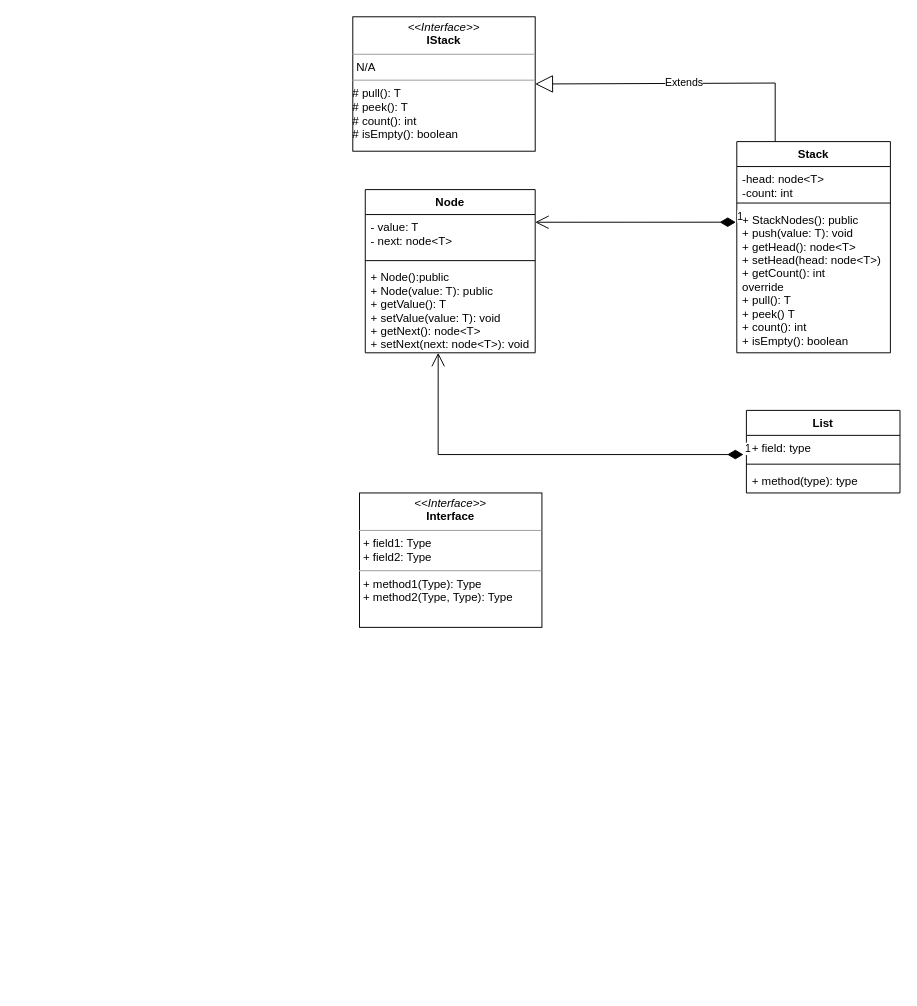
DiggsPapu/HDT4 keeps this draw.io diagram as uml/HDT4ClassesDiagram.drawio. Above is the earlier version. Source tidied: cells renumbered, new cells numbered last; positions are measured from the earlier drawing's top-left corner, leaving out a move shared by most shapes. Both pictures are drawn from the tidied source at 96%, with x=0, y=0 at pixel (352, 16).
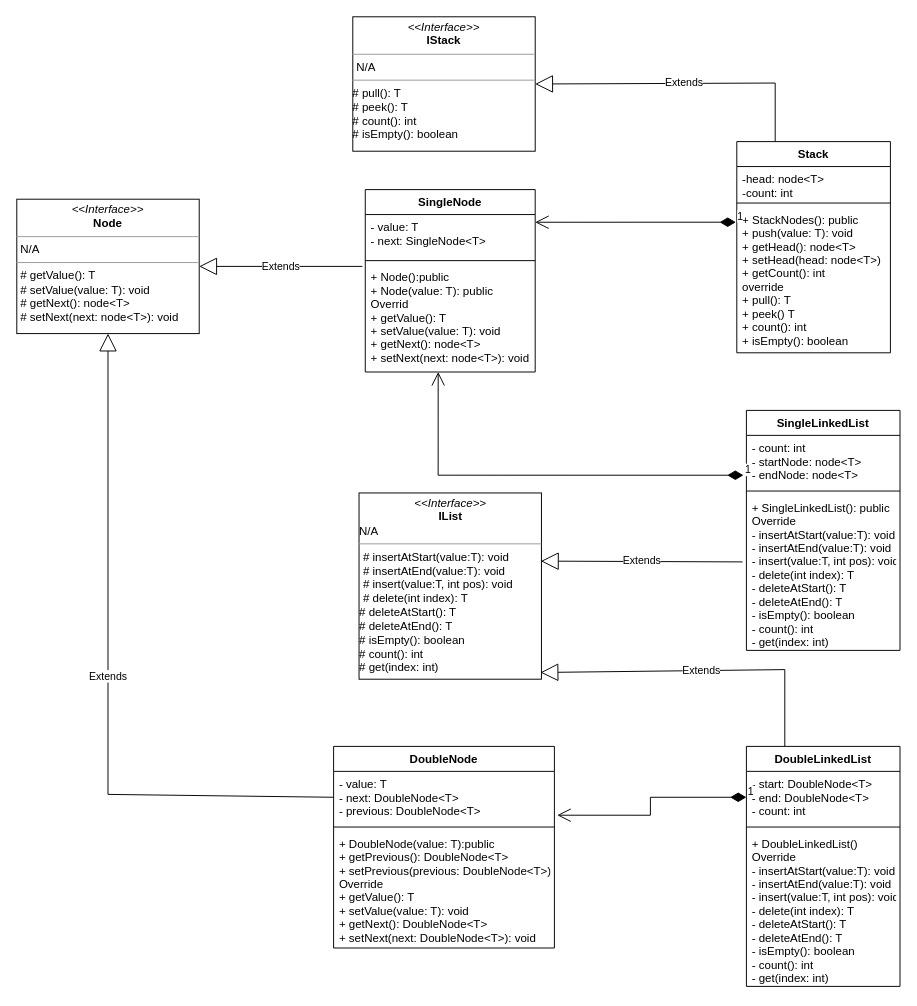
Above is the later version.

What changed in the source:
```diff
@@
-    <mxCell id="7" value="Node" style="swimlane;fontStyle=1;align=center;verticalAlign=top;horizontal=1;startSize=26;" parent="1" vertex="1">
-      <mxGeometry x="13" y="180" width="177" height="170" as="geometry" />
+    <mxCell id="7" value="SingleNode" style="swimlane;fontStyle=1;align=center;verticalAlign=top;horizontal=1;startSize=26;" parent="1" vertex="1">
+      <mxGeometry x="13" y="180" width="177" height="190" as="geometry" />
     </mxCell>
-    <mxCell id="8" value="- value: T&#10;- next: node&lt;T&gt;" style="text;strokeColor=none;fillColor=none;align=left;verticalAlign=top;spacingLeft=4;spacingRight=4;overflow=hidden;points=[[0,0.5],[1,0.5]];portConstraint=eastwest;" parent="7" vertex="1">
+    <mxCell id="8" value="- value: T&#10;- next: SingleNode&lt;T&gt;" style="text;strokeColor=none;fillColor=none;align=left;verticalAlign=top;spacingLeft=4;spacingRight=4;overflow=hidden;points=[[0,0.5],[1,0.5]];portConstraint=eastwest;" parent="7" vertex="1">
       <mxGeometry y="26" width="177" height="44" as="geometry" />
     </mxCell>
@@
-    <mxCell id="10" value="+ Node():public&#10;+ Node(value: T): public&#10;+ getValue(): T&#10;+ setValue(value: T): void&#10;+ getNext(): node&lt;T&gt;&#10;+ setNext(next: node&lt;T&gt;): void" style="text;strokeColor=none;fillColor=none;align=left;verticalAlign=top;spacingLeft=4;spacingRight=4;overflow=hidden;points=[[0,0.5],[1,0.5]];portConstraint=eastwest;" parent="7" vertex="1">
-      <mxGeometry y="78" width="177" height="92" as="geometry" />
+    <mxCell id="10" value="+ Node():public&#10;+ Node(value: T): public&#10;Overrid&#10;+ getValue(): T&#10;+ setValue(value: T): void&#10;+ getNext(): node&lt;T&gt;&#10;+ setNext(next: node&lt;T&gt;): void" style="text;strokeColor=none;fillColor=none;align=left;verticalAlign=top;spacingLeft=4;spacingRight=4;overflow=hidden;points=[[0,0.5],[1,0.5]];portConstraint=eastwest;" parent="7" vertex="1">
+      <mxGeometry y="78" width="177" height="112" as="geometry" />
     </mxCell>
-    <mxCell id="11" value="List" style="swimlane;fontStyle=1;align=center;verticalAlign=top;horizontal=1;startSize=26;" parent="1" vertex="1">
-      <mxGeometry x="410" y="410" width="160" height="86" as="geometry" />
+    <mxCell id="11" value="SingleLinkedList" style="swimlane;fontStyle=1;align=center;verticalAlign=top;horizontal=1;startSize=26;" parent="1" vertex="1">
+      <mxGeometry x="410" y="410" width="160" height="250" as="geometry" />
     </mxCell>
-    <mxCell id="12" value="+ field: type" style="text;strokeColor=none;fillColor=none;align=left;verticalAlign=top;spacingLeft=4;spacingRight=4;overflow=hidden;points=[[0,0.5],[1,0.5]];portConstraint=eastwest;" parent="11" vertex="1">
-      <mxGeometry y="26" width="160" height="26" as="geometry" />
+    <mxCell id="12" value="- count: int&#10;- startNode: node&lt;T&gt;&#10;- endNode: node&lt;T&gt;" style="text;strokeColor=none;fillColor=none;align=left;verticalAlign=top;spacingLeft=4;spacingRight=4;overflow=hidden;points=[[0,0.5],[1,0.5]];portConstraint=eastwest;" parent="11" vertex="1">
+      <mxGeometry y="26" width="160" height="54" as="geometry" />
     </mxCell>
     <mxCell id="13" style="line;strokeWidth=1;fillColor=none;align=left;verticalAlign=middle;spacingTop=-1;spacingLeft=3;spacingRight=3;labelPosition=right;" parent="11" vertex="1">
-      <mxGeometry y="52" width="160" height="8" as="geometry" />
+      <mxGeometry y="80" width="160" height="8" as="geometry" />
     </mxCell>
-    <mxCell id="14" value="+ method(type): type" style="text;strokeColor=none;fillColor=none;align=left;verticalAlign=top;spacingLeft=4;spacingRight=4;overflow=hidden;points=[[0,0.5],[1,0.5]];portConstraint=eastwest;" parent="11" vertex="1">
-      <mxGeometry y="60" width="160" height="26" as="geometry" />
+    <mxCell id="14" value="+ SingleLinkedList(): public&#10;Override&#10;- insertAtStart(value:T): void&#10;- insertAtEnd(value:T): void&#10;- insert(value:T, int pos): void&#10;- delete(int index): T&#10;- deleteAtStart(): T&#10;- deleteAtEnd(): T&#10;- isEmpty(): boolean&#10;- count(): int&#10;- get(index: int)" style="text;strokeColor=none;fillColor=none;align=left;verticalAlign=top;spacingLeft=4;spacingRight=4;overflow=hidden;points=[[0,0.5],[1,0.5]];portConstraint=eastwest;" parent="11" vertex="1">
+      <mxGeometry y="88" width="160" height="162" as="geometry" />
     </mxCell>
@@
-    <mxCell id="18" value="&lt;p style=&quot;margin:0px;margin-top:4px;text-align:center;&quot;&gt;&lt;i&gt;&amp;lt;&amp;lt;Interface&amp;gt;&amp;gt;&lt;/i&gt;&lt;br/&gt;&lt;b&gt;Interface&lt;/b&gt;&lt;/p&gt;&lt;hr size=&quot;1&quot;/&gt;&lt;p style=&quot;margin:0px;margin-left:4px;&quot;&gt;+ field1: Type&lt;br/&gt;+ field2: Type&lt;/p&gt;&lt;hr size=&quot;1&quot;/&gt;&lt;p style=&quot;margin:0px;margin-left:4px;&quot;&gt;+ method1(Type): Type&lt;br/&gt;+ method2(Type, Type): Type&lt;/p&gt;" style="verticalAlign=top;align=left;overflow=fill;fontSize=12;fontFamily=Helvetica;html=1;" parent="1" vertex="1">
-      <mxGeometry x="7" y="496" width="190" height="140" as="geometry" />
+    <mxCell id="18" value="&lt;p style=&quot;margin: 0px ; margin-top: 4px ; text-align: center&quot;&gt;&lt;i&gt;&amp;lt;&amp;lt;Interface&amp;gt;&amp;gt;&lt;/i&gt;&lt;br&gt;&lt;b&gt;IList&lt;/b&gt;&lt;/p&gt;N/A&lt;br&gt;&lt;hr size=&quot;1&quot;&gt;&lt;p style=&quot;margin: 0px ; margin-left: 4px&quot;&gt;# insertAtStart(value:T): void&lt;/p&gt;&lt;p style=&quot;margin: 0px ; margin-left: 4px&quot;&gt;#&amp;nbsp;&lt;span&gt;insertAtEnd(value:T): void&lt;/span&gt;&lt;/p&gt;&lt;p style=&quot;margin: 0px 0px 0px 4px&quot;&gt;#&amp;nbsp;&lt;span&gt;insert(value:T, int pos): void&lt;/span&gt;&lt;/p&gt;&lt;p style=&quot;margin: 0px 0px 0px 4px&quot;&gt;# delete(int index): T&lt;/p&gt;# deleteAtStart(): T&lt;br&gt;# deleteAtEnd(): T&lt;br&gt;# isEmpty(): boolean&lt;br&gt;# count(): int&lt;br&gt;# get(index: int)" style="verticalAlign=top;align=left;overflow=fill;fontSize=12;fontFamily=Helvetica;html=1;" parent="1" vertex="1">
+      <mxGeometry x="6.5" y="496" width="190" height="194" as="geometry" />
     </mxCell>
+    <mxCell id="19" value="Extends" style="endArrow=block;endSize=16;endFill=0;html=1;rounded=0;exitX=-0.025;exitY=0.431;exitDx=0;exitDy=0;exitPerimeter=0;entryX=0.997;entryY=0.366;entryDx=0;entryDy=0;entryPerimeter=0;" parent="1" edge="1" source="14" target="18">
+      <mxGeometry relative="1" as="geometry" />
+    </mxCell>
+    <mxCell id="20" value="&lt;p style=&quot;margin: 0px ; margin-top: 4px ; text-align: center&quot;&gt;&lt;i&gt;&amp;lt;&amp;lt;Interface&amp;gt;&amp;gt;&lt;/i&gt;&lt;br&gt;&lt;b&gt;Node&lt;/b&gt;&lt;/p&gt;&lt;hr size=&quot;1&quot;&gt;&lt;p style=&quot;margin: 0px ; margin-left: 4px&quot;&gt;N/A&lt;/p&gt;&lt;hr size=&quot;1&quot;&gt;&lt;p style=&quot;margin: 0px ; margin-left: 4px&quot;&gt;# getValue(): T&lt;br style=&quot;padding: 0px ; margin: 0px&quot;&gt;# setValue(value: T): void&lt;br style=&quot;padding: 0px ; margin: 0px&quot;&gt;# getNext(): node&amp;lt;T&amp;gt;&lt;br style=&quot;padding: 0px ; margin: 0px&quot;&gt;# setNext(next: node&amp;lt;T&amp;gt;): void&lt;br&gt;&lt;/p&gt;" style="verticalAlign=top;align=left;overflow=fill;fontSize=12;fontFamily=Helvetica;html=1;" parent="1" vertex="1">
+      <mxGeometry x="-350" y="190" width="190" height="140" as="geometry" />
+    </mxCell>
+    <mxCell id="21" value="Extends" style="endArrow=block;endSize=16;endFill=0;html=1;rounded=0;entryX=1;entryY=0.5;entryDx=0;entryDy=0;" parent="1" edge="1" target="20">
+      <mxGeometry relative="1" as="geometry">
+        <mxPoint x="10" y="260" as="sourcePoint" />
+      </mxGeometry>
+    </mxCell>
+    <mxCell id="22" value="DoubleLinkedList" style="swimlane;fontStyle=1;align=center;verticalAlign=top;horizontal=1;startSize=26;" parent="1" vertex="1">
+      <mxGeometry x="410" y="760" width="160" height="250" as="geometry" />
+    </mxCell>
+    <mxCell id="23" value="- start: DoubleNode&lt;T&gt;&#10;- end: DoubleNode&lt;T&gt;&#10;- count: int" style="text;strokeColor=none;fillColor=none;align=left;verticalAlign=top;spacingLeft=4;spacingRight=4;overflow=hidden;points=[[0,0.5],[1,0.5]];portConstraint=eastwest;" parent="22" vertex="1">
+      <mxGeometry y="26" width="160" height="54" as="geometry" />
+    </mxCell>
+    <mxCell id="24" style="line;strokeWidth=1;fillColor=none;align=left;verticalAlign=middle;spacingTop=-1;spacingLeft=3;spacingRight=3;labelPosition=right;" parent="22" vertex="1">
+      <mxGeometry y="80" width="160" height="8" as="geometry" />
+    </mxCell>
+    <mxCell id="25" value="+ DoubleLinkedList()&#10;Override&#10;- insertAtStart(value:T): void&#10;- insertAtEnd(value:T): void&#10;- insert(value:T, int pos): void&#10;- delete(int index): T&#10;- deleteAtStart(): T&#10;- deleteAtEnd(): T&#10;- isEmpty(): boolean&#10;- count(): int&#10;- get(index: int)" style="text;strokeColor=none;fillColor=none;align=left;verticalAlign=top;spacingLeft=4;spacingRight=4;overflow=hidden;" parent="22" vertex="1">
+      <mxGeometry y="88" width="160" height="162" as="geometry" />
+    </mxCell>
+    <mxCell id="26" value="DoubleNode" style="swimlane;fontStyle=1;align=center;verticalAlign=top;horizontal=1;startSize=26;" parent="1" vertex="1">
+      <mxGeometry x="-20" y="760" width="230" height="210" as="geometry" />
+    </mxCell>
+    <mxCell id="27" value="- value: T&#10;- next: DoubleNode&lt;T&gt;&#10;- previous: DoubleNode&lt;T&gt;" style="text;strokeColor=none;fillColor=none;align=left;verticalAlign=top;spacingLeft=4;spacingRight=4;overflow=hidden;points=[[0,0.5],[1,0.5]];portConstraint=eastwest;" parent="26" vertex="1">
+      <mxGeometry y="26" width="230" height="54" as="geometry" />
+    </mxCell>
+    <mxCell id="28" style="line;strokeWidth=1;fillColor=none;align=left;verticalAlign=middle;spacingTop=-1;spacingLeft=3;spacingRight=3;labelPosition=right;" parent="26" vertex="1">
+      <mxGeometry y="80" width="230" height="8" as="geometry" />
+    </mxCell>
+    <mxCell id="29" value="+ DoubleNode(value: T):public&#10;+ getPrevious(): DoubleNode&lt;T&gt;&#10;+ setPrevious(previous: DoubleNode&lt;T&gt;)&#10;Override&#10;+ getValue(): T&#10;+ setValue(value: T): void&#10;+ getNext(): DoubleNode&lt;T&gt;&#10;+ setNext(next: DoubleNode&lt;T&gt;): void&#10;" style="text;strokeColor=none;fillColor=none;align=left;verticalAlign=top;spacingLeft=4;spacingRight=4;overflow=hidden;" parent="26" vertex="1">
+      <mxGeometry y="88" width="230" height="122" as="geometry" />
+    </mxCell>
+    <mxCell id="30" value="Extends" style="endArrow=block;endSize=16;endFill=0;html=1;rounded=0;exitX=0;exitY=0.5;exitDx=0;exitDy=0;entryX=0.5;entryY=1;entryDx=0;entryDy=0;" parent="1" edge="1" source="27" target="20">
+      <mxGeometry relative="1" as="geometry">
+        <Array as="points">
+          <mxPoint x="-255" y="810" />
+        </Array>
+      </mxGeometry>
+    </mxCell>
+    <mxCell id="31" value="1" style="endArrow=open;html=1;endSize=12;startArrow=diamondThin;startSize=14;startFill=1;edgeStyle=orthogonalEdgeStyle;align=left;verticalAlign=bottom;rounded=0;entryX=1.013;entryY=0.846;entryDx=0;entryDy=0;entryPerimeter=0;exitX=0;exitY=0.5;exitDx=0;exitDy=0;" parent="1" edge="1" source="23" target="27">
+      <mxGeometry x="-1" y="3" relative="1" as="geometry" />
+    </mxCell>
+    <mxCell id="32" value="Extends" style="endArrow=block;endSize=16;endFill=0;html=1;rounded=0;entryX=0.995;entryY=0.964;entryDx=0;entryDy=0;exitX=0.25;exitY=0;exitDx=0;exitDy=0;entryPerimeter=0;" parent="1" edge="1" source="22" target="18">
+      <mxGeometry relative="1" as="geometry">
+        <Array as="points">
+          <mxPoint x="450" y="680" />
+        </Array>
+      </mxGeometry>
+    </mxCell>
```
